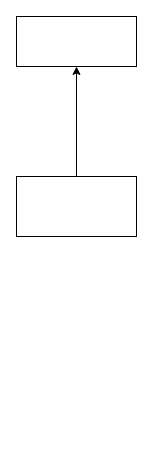
Earlier version of the draw.io diagram test..drawio (xyvyx/Travel). Source tidied: cells renumbered, new cells numbered last; positions are measured from the earlier drawing's top-left corner, leaving out a move shared by most shapes. Both pictures are drawn from the tidied source at 100%, with x=0, y=0 at pixel (16, 16).
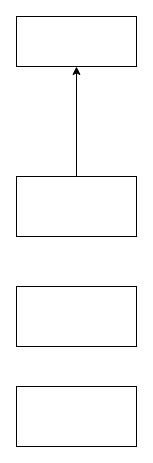
Above is the later version.

Change to the diagram source:
```diff
@@
 <mxGraphModel>
   <root>
     <mxCell id="0" />
     <mxCell id="1" parent="0" />
     <mxCell id="2" style="rounded=0;whiteSpace=wrap;html=1;" parent="1" vertex="1">
       <mxGeometry width="120" height="50" as="geometry" />
     </mxCell>
     <mxCell id="3" style="rounded=0;whiteSpace=wrap;html=1;" parent="1" vertex="1">
       <mxGeometry y="160" width="120" height="60" as="geometry" />
     </mxCell>
     <mxCell id="4" style="endArrow=classic;html=1;entryX=0.5;entryY=1;entryDx=0;entryDy=0;exitX=0.5;exitY=0;exitDx=0;exitDy=0;" parent="1" edge="1" source="3" target="2">
       <mxGeometry relative="1" as="geometry" />
     </mxCell>
+    <mxCell id="5" style="rounded=0;whiteSpace=wrap;html=1;" parent="1" vertex="1">
+      <mxGeometry y="270" width="120" height="60" as="geometry" />
+    </mxCell>
+    <mxCell id="6" style="rounded=0;whiteSpace=wrap;html=1;" parent="1" vertex="1">
+      <mxGeometry y="370" width="120" height="60" as="geometry" />
+    </mxCell>
   </root>
 </mxGraphModel>
```
